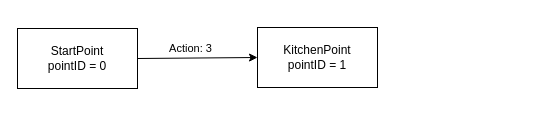
Earlier version of the draw.io diagram PointTree.drawio (AndryMasl/AGU_text_quest). Source tidied: cells renumbered, new cells numbered last; positions are measured from the earlier drawing's top-left corner, leaving out a move shared by most shapes. Both pictures are drawn from the tidied source at 100%, with x=0, y=0 at pixel (17, 27).
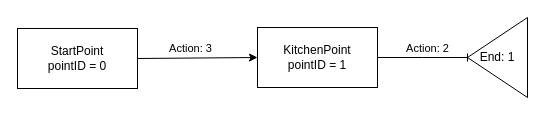
The same page after the edit.

Diff of the diagram source:
```diff
@@
 <mxGraphModel>
   <root>
     <mxCell id="0" />
     <mxCell id="1" parent="0" />
     <mxCell id="2" value="StartPoint&lt;div&gt;pointID = 0&lt;/div&gt;" style="rounded=0;whiteSpace=wrap;html=1;" parent="1" vertex="1">
       <mxGeometry y="1" width="120" height="60" as="geometry" />
     </mxCell>
+    <mxCell id="6" style="edgeStyle=orthogonalEdgeStyle;rounded=0;jettySize=auto;html=1;exitX=1;exitY=0.5;exitDx=0;exitDy=0;endArrow=baseDash;endFill=0;" parent="1" edge="1" source="3">
+      <mxGeometry relative="1" as="geometry">
+        <mxPoint x="450" y="30" as="targetPoint" />
+      </mxGeometry>
+    </mxCell>
+    <mxCell id="7" value="Action: 2" style="edgeLabel;html=1;align=center;verticalAlign=middle;" parent="6" vertex="1">
+      <mxGeometry x="0.11" y="2" relative="1" as="geometry">
+        <mxPoint y="-8" as="offset" />
+      </mxGeometry>
+    </mxCell>
     <mxCell id="3" value="&lt;div&gt;KitchenPoint&lt;/div&gt;&lt;div&gt;pointID = 1&lt;/div&gt;" style="rounded=0;whiteSpace=wrap;html=1;" parent="1" vertex="1">
       <mxGeometry x="240" width="120" height="60" as="geometry" />
     </mxCell>
     <mxCell id="4" style="endArrow=classic;html=1;rounded=0;exitX=1;exitY=0.5;exitDx=0;exitDy=0;entryX=0;entryY=0.5;entryDx=0;entryDy=0;" parent="1" edge="1" source="2" target="3">
       <mxGeometry relative="1" as="geometry" />
     </mxCell>
     <mxCell id="5" value="Action:&amp;nbsp;3" style="edgeLabel;html=1;align=center;verticalAlign=middle;" parent="4" vertex="1">
       <mxGeometry x="-0.11" relative="1" as="geometry">
         <mxPoint y="-10" as="offset" />
       </mxGeometry>
     </mxCell>
+    <mxCell id="8" value="End: 1" style="triangle;whiteSpace=wrap;html=1;direction=west;" parent="1" vertex="1">
+      <mxGeometry x="450" y="-10" width="60" height="80" as="geometry" />
+    </mxCell>
   </root>
 </mxGraphModel>
```
